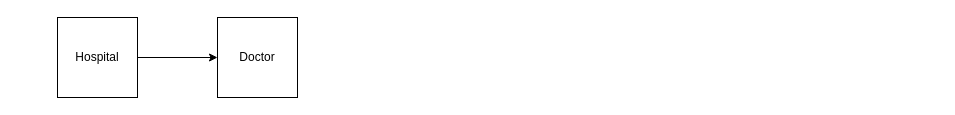
abhishek9195-git/healthifyme keeps this draw.io diagram as healthifyme.drawio. Above is the earlier version. Source tidied: cells renumbered, new cells numbered last; positions are measured from the earlier drawing's top-left corner, leaving out a move shared by most shapes. Both pictures are drawn from the tidied source at 100%, with x=0, y=0 at pixel (57, 17).
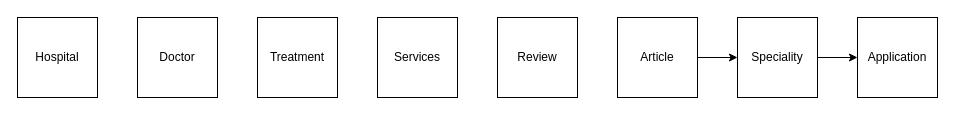
The same page after the edit.

The edit, as a diff of the source:
```diff
@@
 <mxGraphModel>
   <root>
     <mxCell id="0" />
     <mxCell id="1" parent="0" />
-    <mxCell id="2" style="edgeStyle=orthogonalEdgeStyle;rounded=0;jettySize=auto;html=1;" parent="1" edge="1" source="3" target="4">
-      <mxGeometry relative="1" as="geometry" />
-    </mxCell>
     <mxCell id="3" value="Hospital" style="whiteSpace=wrap;html=1;" parent="1" vertex="1">
-      <mxGeometry width="80" height="80" as="geometry" />
+      <mxGeometry x="-40" width="80" height="80" as="geometry" />
     </mxCell>
     <mxCell id="4" value="Doctor" style="whiteSpace=wrap;html=1;" parent="1" vertex="1">
-      <mxGeometry x="160" width="80" height="80" as="geometry" />
+      <mxGeometry x="80" width="80" height="80" as="geometry" />
     </mxCell>
+    <mxCell id="5" value="Treatment" style="whiteSpace=wrap;html=1;" parent="1" vertex="1">
+      <mxGeometry x="200" width="80" height="80" as="geometry" />
+    </mxCell>
+    <mxCell id="6" value="Services" style="whiteSpace=wrap;html=1;" parent="1" vertex="1">
+      <mxGeometry x="320" width="80" height="80" as="geometry" />
+    </mxCell>
+    <mxCell id="7" value="Review" style="whiteSpace=wrap;html=1;" parent="1" vertex="1">
+      <mxGeometry x="440" width="80" height="80" as="geometry" />
+    </mxCell>
+    <mxCell id="8" style="edgeStyle=orthogonalEdgeStyle;rounded=0;jettySize=auto;html=1;" parent="1" edge="1" source="9" target="11">
+      <mxGeometry relative="1" as="geometry" />
+    </mxCell>
+    <mxCell id="9" value="Article" style="whiteSpace=wrap;html=1;" parent="1" vertex="1">
+      <mxGeometry x="560" width="80" height="80" as="geometry" />
+    </mxCell>
+    <mxCell id="10" style="edgeStyle=orthogonalEdgeStyle;rounded=0;jettySize=auto;html=1;" parent="1" edge="1" source="11" target="12">
+      <mxGeometry relative="1" as="geometry" />
+    </mxCell>
+    <mxCell id="11" value="&lt;span&gt;Speciality&lt;/span&gt;" style="whiteSpace=wrap;html=1;" parent="1" vertex="1">
+      <mxGeometry x="680" width="80" height="80" as="geometry" />
+    </mxCell>
+    <mxCell id="12" value="&lt;span&gt;Application&lt;/span&gt;" style="whiteSpace=wrap;html=1;" parent="1" vertex="1">
+      <mxGeometry x="800" width="80" height="80" as="geometry" />
+    </mxCell>
   </root>
 </mxGraphModel>
```
